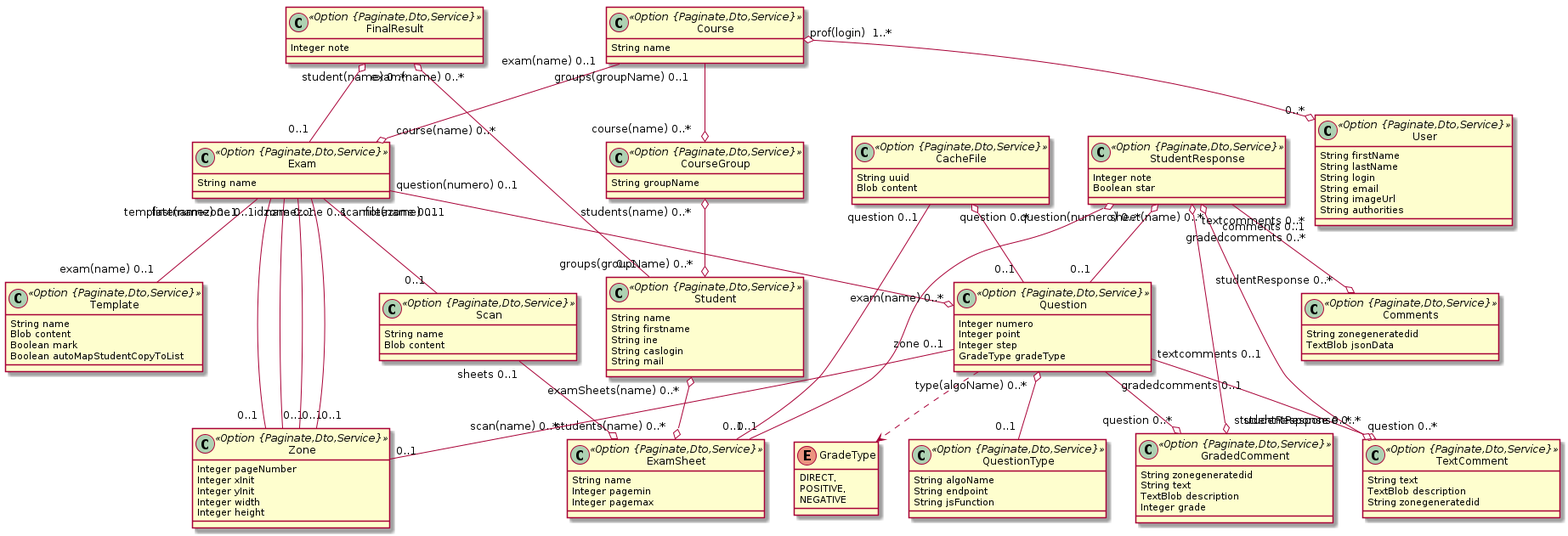
Earlier version of the PlantUML export model.png (correctexam/corrigeExamBack).
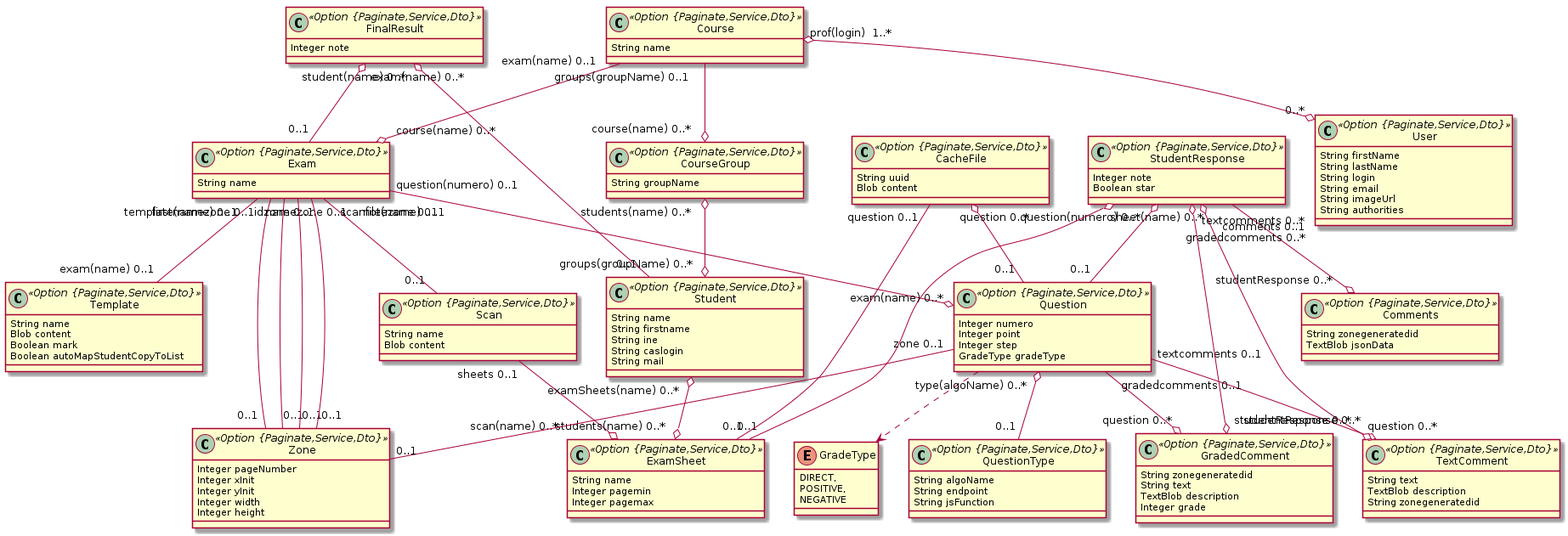
Above is the later version.

The edit, as a diff of the source:
```diff
@@ -1,28 +1,28 @@
 @startuml
 	!pragma syntax class
-	class Course <<Option {Paginate,Dto,Service}>> {
+	class Course <<Option {Paginate,Service,Dto}>> {
 		String name
 	}
-	class CourseGroup <<Option {Paginate,Dto,Service}>> {
+	class CourseGroup <<Option {Paginate,Service,Dto}>> {
 		String groupName
 	}
-	class Student <<Option {Paginate,Dto,Service}>> {
+	class Student <<Option {Paginate,Service,Dto}>> {
 		String name
 		String firstname
 		String ine
 		String caslogin
 		String mail
 	}
-	class Exam <<Option {Paginate,Dto,Service}>> {
+	class Exam <<Option {Paginate,Service,Dto}>> {
 		String name
 	}
-	class Template <<Option {Paginate,Dto,Service}>> {
+	class Template <<Option {Paginate,Service,Dto}>> {
 		String name
 		Blob content
 		Boolean mark
 		Boolean autoMapStudentCopyToList
 	}
-	class Question <<Option {Paginate,Dto,Service}>> {
+	class Question <<Option {Paginate,Service,Dto}>> {
 		Integer numero
 		Integer point
 		Integer step
@@ -34,50 +34,50 @@
 		POSITIVE,
 		NEGATIVE
 	}
-	class QuestionType <<Option {Paginate,Dto,Service}>> {
+	class QuestionType <<Option {Paginate,Service,Dto}>> {
 		String algoName
 		String endpoint
 		String jsFunction
 	}
-	class ExamSheet <<Option {Paginate,Dto,Service}>> {
+	class ExamSheet <<Option {Paginate,Service,Dto}>> {
 		String name
 		Integer pagemin
 		Integer pagemax
 	}
-	class Scan <<Option {Paginate,Dto,Service}>> {
+	class Scan <<Option {Paginate,Service,Dto}>> {
 		String name
 		Blob content
 	}
-	class FinalResult <<Option {Paginate,Dto,Service}>> {
+	class FinalResult <<Option {Paginate,Service,Dto}>> {
 		Integer note
 	}
-	class StudentResponse <<Option {Paginate,Dto,Service}>> {
+	class StudentResponse <<Option {Paginate,Service,Dto}>> {
 		Integer note
 		Boolean star
 	}
-	class TextComment <<Option {Paginate,Dto,Service}>> {
+	class TextComment <<Option {Paginate,Service,Dto}>> {
 		String text
 		TextBlob description
 		String zonegeneratedid
 	}
-	class GradedComment <<Option {Paginate,Dto,Service}>> {
+	class GradedComment <<Option {Paginate,Service,Dto}>> {
 		String zonegeneratedid
 		String text
 		TextBlob description
 		Integer grade
 	}
-	class Comments <<Option {Paginate,Dto,Service}>> {
+	class Comments <<Option {Paginate,Service,Dto}>> {
 		String zonegeneratedid
 		TextBlob jsonData
 	}
-	class Zone <<Option {Paginate,Dto,Service}>> {
+	class Zone <<Option {Paginate,Service,Dto}>> {
 		Integer pageNumber
 		Integer xInit
 		Integer yInit
 		Integer width
 		Integer height
 	}
-	class CacheFile <<Option {Paginate,Dto,Service}>> {
+	class CacheFile <<Option {Paginate,Service,Dto}>> {
 		String uuid
 		Blob content
 	}
@@ -107,7 +107,7 @@
 	Exam  "notezone 0..1 " -- "0..1 "  Zone
 	Exam  "scanfile(name) 0..1 " -- "0..1 "  Scan
 	CacheFile  "question 0..1 " -- "0..1 "  ExamSheet
-	class User <<Option {Paginate,Dto,Service}>> {
+	class User <<Option {Paginate,Service,Dto}>> {
 		String firstName
 		String lastName
 		String login
```
